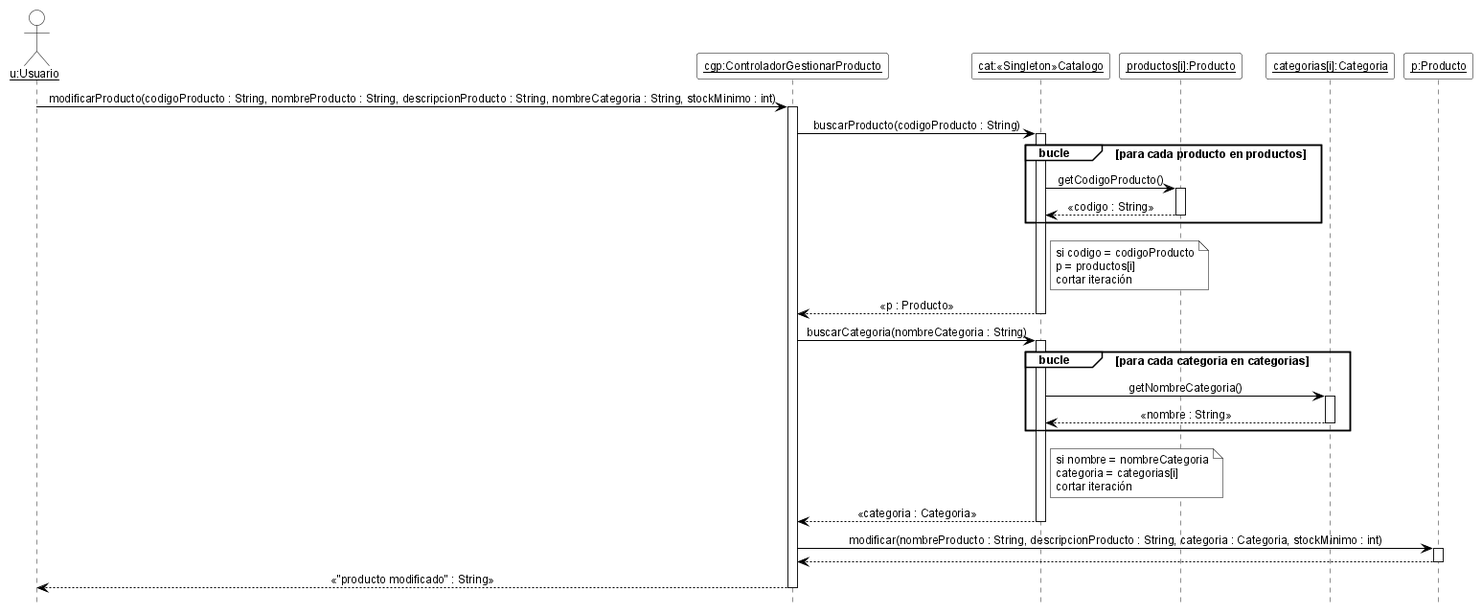
This is 08-Diagrama De Secuencia/DSD_CU-04_modificarProducto.png from cirotop/Stock-Project, a PlantUML export, as it was before one commit.
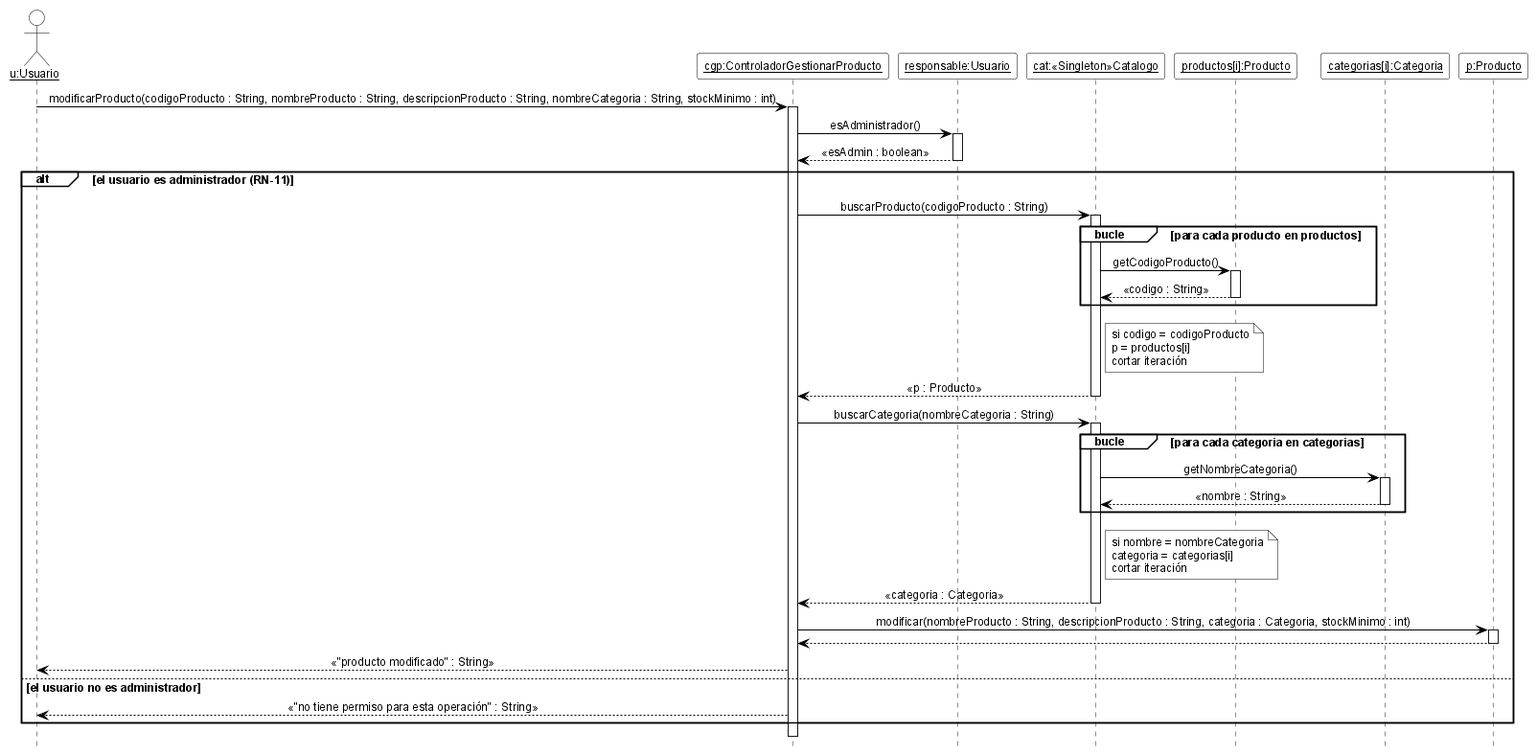
Later version of the same file.

Change to the diagram source:
```diff
@@ -21,36 +21,44 @@
 
 actor "<u>u:Usuario</u>" as u
 participant "<u>cgp:ControladorGestionarProducto</u>" as cgp
+participant "<u>responsable:Usuario</u>" as resp
 participant "<u>cat:«Singleton»Catalogo</u>" as cat
 participant "<u>productos[i]:Producto</u>" as pi
 participant "<u>categorias[i]:Categoria</u>" as ki
 participant "<u>p:Producto</u>" as p
 
 u -> cgp ++ : modificarProducto(codigoProducto : String, nombreProducto : String, descripcionProducto : String, nombreCategoria : String, stockMinimo : int)
-cgp -> cat ++ : buscarProducto(codigoProducto : String)
-group bucle [para cada producto en productos]
-  cat -> pi ++ : getCodigoProducto()
-  pi --> cat -- : «codigo : String»
+cgp -> resp ++ : esAdministrador()
+resp --> cgp -- : «esAdmin : boolean»
+alt el usuario es administrador (RN-11)
+  cgp -> cat ++ : buscarProducto(codigoProducto : String)
+  group bucle [para cada producto en productos]
+    cat -> pi ++ : getCodigoProducto()
+    pi --> cat -- : «codigo : String»
+  end
+  note right of cat
+    si codigo = codigoProducto
+    p = productos[i]
+    cortar iteración
+  end note
+  cat --> cgp -- : «p : Producto»
+  cgp -> cat ++ : buscarCategoria(nombreCategoria : String)
+  group bucle [para cada categoria en categorias]
+    cat -> ki ++ : getNombreCategoria()
+    ki --> cat -- : «nombre : String»
+  end
+  note right of cat
+    si nombre = nombreCategoria
+    categoria = categorias[i]
+    cortar iteración
+  end note
+  cat --> cgp -- : «categoria : Categoria»
+  cgp -> p ++ : modificar(nombreProducto : String, descripcionProducto : String, categoria : Categoria, stockMinimo : int)
+  p --> cgp --
+  cgp --> u : «"producto modificado" : String»
+else el usuario no es administrador
+  cgp --> u : «"no tiene permiso para esta operación" : String»
 end
-note right of cat
-  si codigo = codigoProducto
-  p = productos[i]
-  cortar iteración
-end note
-cat --> cgp -- : «p : Producto»
-cgp -> cat ++ : buscarCategoria(nombreCategoria : String)
-group bucle [para cada categoria en categorias]
-  cat -> ki ++ : getNombreCategoria()
-  ki --> cat -- : «nombre : String»
-end
-note right of cat
-  si nombre = nombreCategoria
-  categoria = categorias[i]
-  cortar iteración
-end note
-cat --> cgp -- : «categoria : Categoria»
-cgp -> p ++ : modificar(nombreProducto : String, descripcionProducto : String, categoria : Categoria, stockMinimo : int)
-p --> cgp --
-cgp --> u -- : «"producto modificado" : String»
+deactivate cgp
 
 @enduml
```
